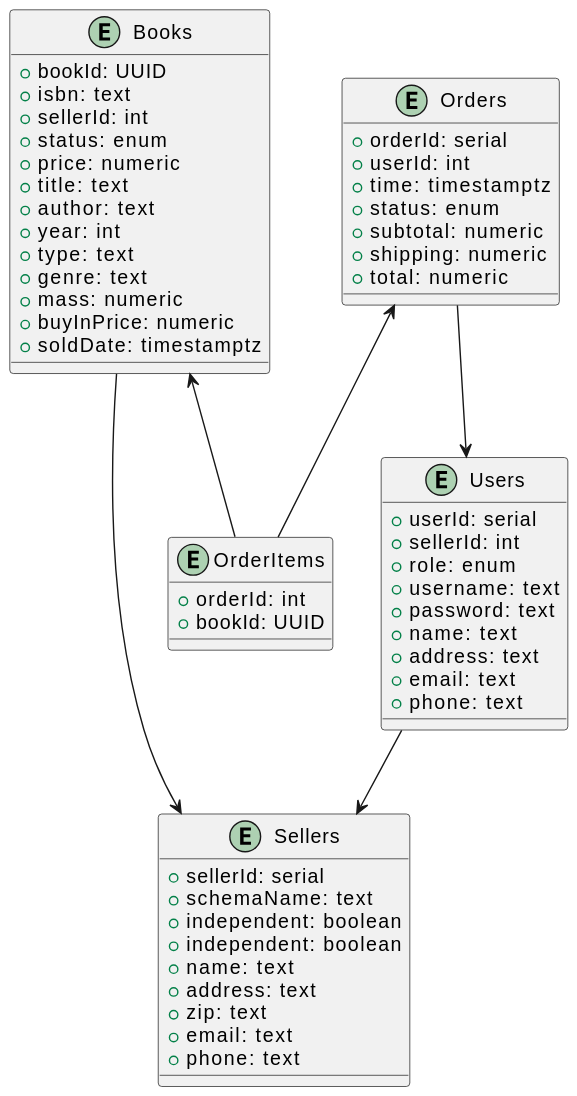
The PlantUML diagram docs/project/tex/assets/central.svg in 3liasP/ArkkiDivari, before a commit.
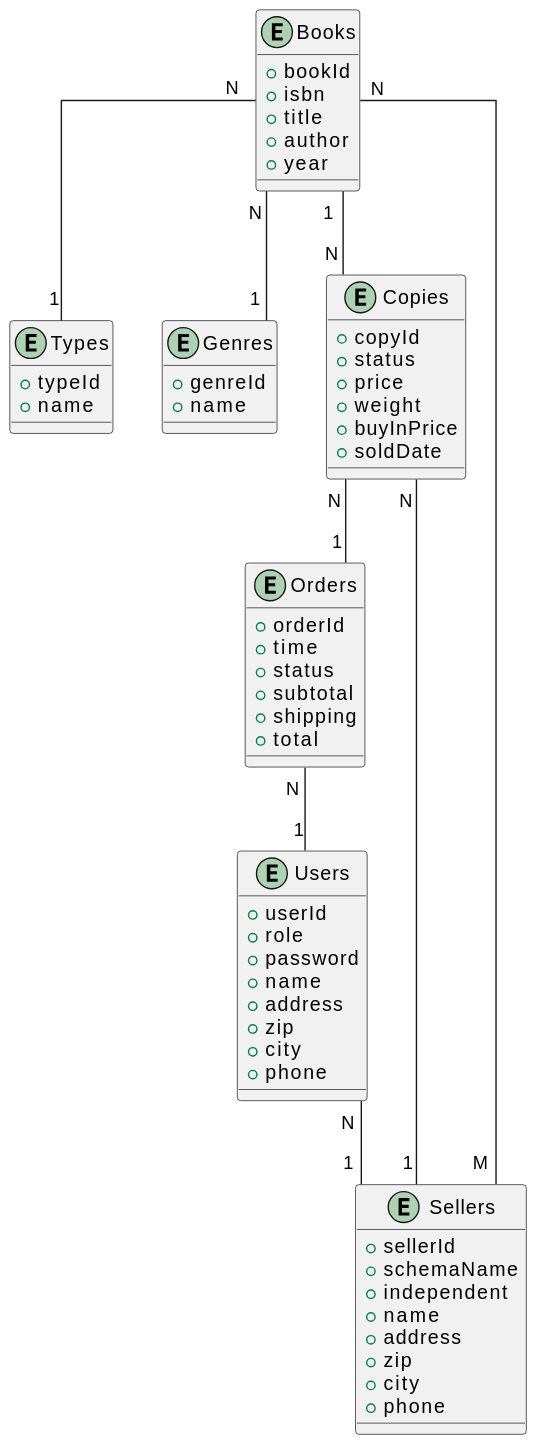
After the change.

Change to the diagram source:
```diff
@@ -1,62 +1,70 @@
 @startuml
+skinparam linetype ortho
+
+entity Types {
+    + typeId
+    + name
+}
+
+entity Genres {
+    + genreId
+    + name
+}
+
 entity Books {
-    + bookId: UUID /'primary key, globally unique'/
-    + isbn: text /'unique for same edition of book'/
-    + sellerId: int /'foreign key'/
-    + status: enum /'available, reserved, sold'/
-    + price: numeric
-    + title: text
-    + author: text
-    + year: int
-    + type: text
-    + genre: text
-    + mass: numeric
-    + buyInPrice: numeric
-    + soldDate: timestamptz
+    + bookId
+    + isbn
+    + title
+    + author
+    + year
+}
+
+entity Copies {
+    + copyId
+    + status
+    + price
+    + weight
+    + buyInPrice
+    + soldDate
 }
 
 entity Users {
-    + userId: serial /'primary key'/
-    + sellerId: int /'foreign key'/
-    + role: enum /'admin, seller, customer'/
-    + username: text /'unique'/
-    + password: text /'hashed'/
-    + name: text
-    + address: text
-    + email: text
-    + phone: text
+    + userId
+    + role
+    + password
+    + name
+    + address
+    + zip
+    + city
+    + phone
 }
 
 entity Orders {
-    + orderId: serial /'primary key'/
-    + userId: int
-    + time: timestamptz
-    + status: enum /'pending, completed'/
-    + subtotal: numeric
-    + shipping: numeric
-    + total: numeric
-}
-
-entity OrderItems {
-    + orderId: int /'primary key, foreign key'/
-    + bookId: UUID /'primary key, foreign key'/
+    + orderId
+    + time
+    + status
+    + subtotal
+    + shipping
+    + total
 }
 
 entity Sellers {
-    + sellerId: serial
-    + schemaName: text
-    + independent: boolean
-    + independent: boolean
-    + name: text
-    + address: text
-    + zip: text
-    + email: text
-    + phone: text
+    + sellerId
+    + schemaName
+    + independent
+    + name
+    + address
+    + zip
+    + city
+    + phone
 }
 
-Books --> Sellers
-Orders --> Users
-Orders <-- OrderItems
-Users --> Sellers
-Books <-- OrderItems
+Books "1  " -- "N" Copies
+Books "N" -- "M  " Sellers
+Books "N " -- "1" Types
+Books "N" -- "1  " Genres
+Copies "N" -- "1 " Orders
+Copies "N " -- "1" Sellers
+Orders "N " -- "1" Users
+Users "N  " -- "1" Sellers
 @enduml
```
